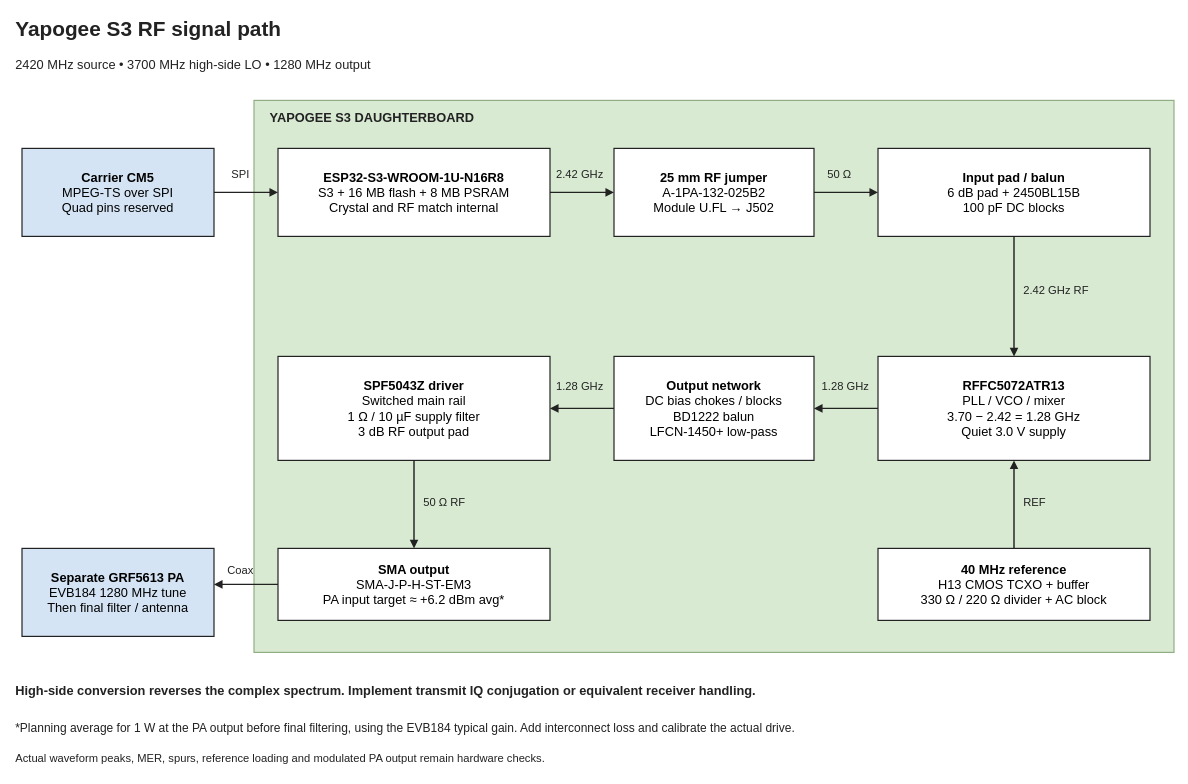
Before: hardware/yapogee-s3/block-diagram.drawio in stanford-ssi/PigeonVision, a draw.io diagram. Source tidied: cells renumbered, new cells numbered last; positions are measured from the earlier drawing's top-left corner, leaving out a move shared by most shapes. Both pictures are drawn from the tidied source at 80%, with x=0, y=0 at pixel (14, 14).
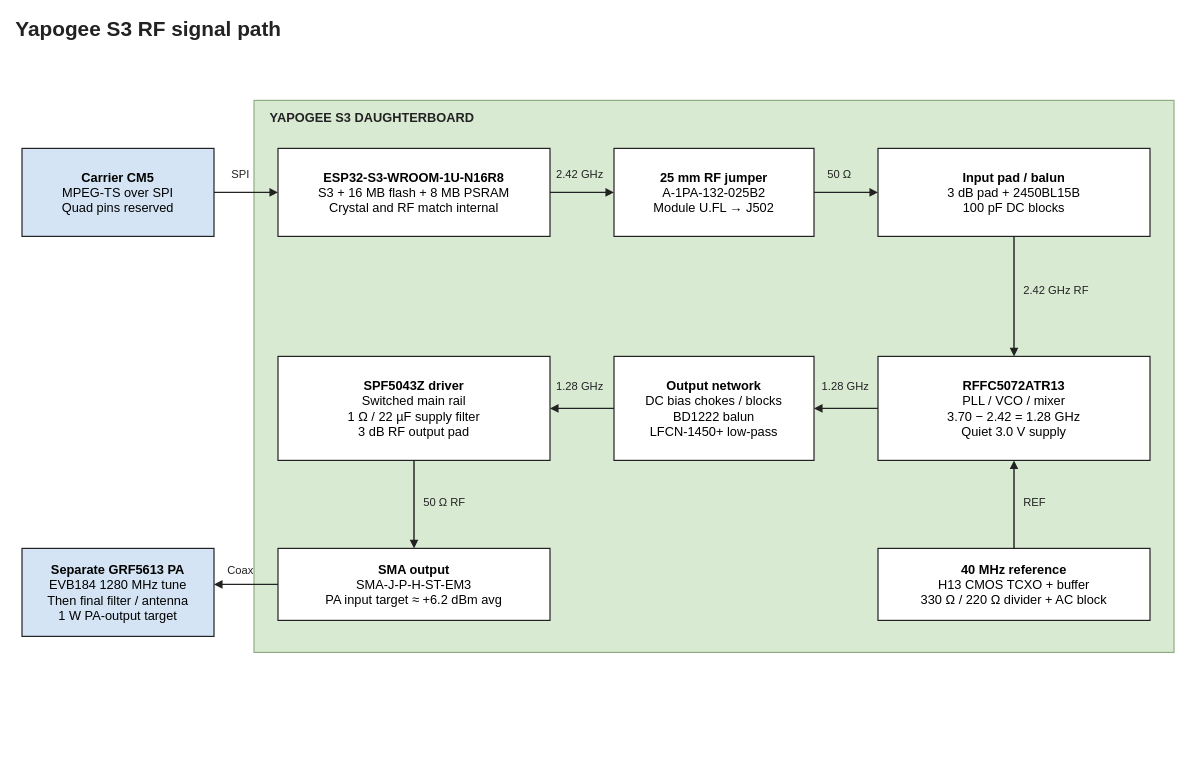
After the change.

The edit, as a diff of the source:
```diff
@@
-    <mxCell id="3" value="2420 MHz source • 3700 MHz high-side LO • 1280 MHz output" style="text;html=0;align=left;verticalAlign=middle;fillColor=none;strokeColor=none;fontFamily=Arial;fontSize=16;fontColor=#222222;fontStyle=0;whiteSpace=wrap;" parent="1" vertex="1">
-      <mxGeometry y="45" width="1450" height="35" as="geometry" />
-    </mxCell>
@@
-    <mxCell id="9" value="&lt;b&gt;Input pad / balun&lt;/b&gt;&lt;br&gt;6 dB pad + 2450BL15B&lt;br&gt;100 pF DC blocks" style="rounded=0;whiteSpace=wrap;html=1;fontFamily=Arial;fillColor=#ffffff;strokeColor=#222222;strokeWidth=1.5;align=center;verticalAlign=middle;fontSize=16;spacing=7;" parent="1" vertex="1">
+    <mxCell id="9" value="&lt;b&gt;Input pad / balun&lt;/b&gt;&lt;br&gt;3 dB pad + 2450BL15B&lt;br&gt;100 pF DC blocks" style="rounded=0;whiteSpace=wrap;html=1;fontFamily=Arial;fillColor=#ffffff;strokeColor=#222222;strokeWidth=1.5;align=center;verticalAlign=middle;fontSize=16;spacing=7;" parent="1" vertex="1">
       <mxGeometry x="1080" y="168" width="340" height="110" as="geometry" />
     </mxCell>
@@
-    <mxCell id="12" value="&lt;b&gt;SPF5043Z driver&lt;/b&gt;&lt;br&gt;Switched main rail&lt;br&gt;1 Ω / 10 µF supply filter&lt;br&gt;3 dB RF output pad" style="rounded=0;whiteSpace=wrap;html=1;fontFamily=Arial;fillColor=#ffffff;strokeColor=#222222;strokeWidth=1.5;align=center;verticalAlign=middle;fontSize=16;spacing=7;" parent="1" vertex="1">
+    <mxCell id="12" value="&lt;b&gt;SPF5043Z driver&lt;/b&gt;&lt;br&gt;Switched main rail&lt;br&gt;1 Ω / 22 µF supply filter&lt;br&gt;3 dB RF output pad" style="rounded=0;whiteSpace=wrap;html=1;fontFamily=Arial;fillColor=#ffffff;strokeColor=#222222;strokeWidth=1.5;align=center;verticalAlign=middle;fontSize=16;spacing=7;" parent="1" vertex="1">
       <mxGeometry x="330" y="428" width="340" height="130" as="geometry" />
     </mxCell>
-    <mxCell id="13" value="&lt;b&gt;SMA output&lt;/b&gt;&lt;br&gt;SMA-J-P-H-ST-EM3&lt;br&gt;PA input target ≈ +6.2 dBm avg*" style="rounded=0;whiteSpace=wrap;html=1;fontFamily=Arial;fillColor=#ffffff;strokeColor=#222222;strokeWidth=1.5;align=center;verticalAlign=middle;fontSize=16;spacing=7;" parent="1" vertex="1">
+    <mxCell id="13" value="&lt;b&gt;SMA output&lt;/b&gt;&lt;br&gt;SMA-J-P-H-ST-EM3&lt;br&gt;PA input target ≈ +6.2 dBm avg" style="rounded=0;whiteSpace=wrap;html=1;fontFamily=Arial;fillColor=#ffffff;strokeColor=#222222;strokeWidth=1.5;align=center;verticalAlign=middle;fontSize=16;spacing=7;" parent="1" vertex="1">
       <mxGeometry x="330" y="668" width="340" height="90" as="geometry" />
     </mxCell>
@@
-    <mxCell id="15" value="&lt;b&gt;Separate GRF5613 PA&lt;/b&gt;&lt;br&gt;EVB184 1280 MHz tune&lt;br&gt;Then final filter / antenna" style="rounded=0;whiteSpace=wrap;html=1;fontFamily=Arial;fillColor=#d4e4f4;strokeColor=#222222;strokeWidth=1.5;align=center;verticalAlign=middle;fontSize=16;spacing=7;" parent="1" vertex="1">
+    <mxCell id="15" value="&lt;b&gt;Separate GRF5613 PA&lt;/b&gt;&lt;br&gt;EVB184 1280 MHz tune&lt;br&gt;Then final filter / antenna&lt;br&gt;1 W PA-output target" style="rounded=0;whiteSpace=wrap;html=1;fontFamily=Arial;fillColor=#d4e4f4;strokeColor=#222222;strokeWidth=1.5;align=center;verticalAlign=middle;fontSize=16;spacing=7;" parent="1" vertex="1">
       <mxGeometry x="10" y="668" width="240" height="110" as="geometry" />
     </mxCell>
@@
-    <mxCell id="34" value="High-side conversion reverses the complex spectrum. Implement transmit IQ conjugation or equivalent receiver handling." style="text;html=0;align=left;verticalAlign=middle;fillColor=none;strokeColor=none;fontFamily=Arial;fontSize=16;fontColor=#222222;fontStyle=1;whiteSpace=wrap;" parent="1" vertex="1">
-      <mxGeometry y="828" width="1450" height="35" as="geometry" />
-    </mxCell>
-    <mxCell id="35" value="*Planning average for 1 W at the PA output before final filtering, using the EVB184 typical gain. Add interconnect loss and calibrate the actual drive." style="text;html=0;align=left;verticalAlign=middle;fillColor=none;strokeColor=none;fontFamily=Arial;fontSize=15;fontColor=#222222;fontStyle=0;whiteSpace=wrap;" parent="1" vertex="1">
-      <mxGeometry y="873" width="1450" height="38" as="geometry" />
-    </mxCell>
-    <mxCell id="36" value="Actual waveform peaks, MER, spurs, reference loading and modulated PA output remain hardware checks." style="text;html=0;align=left;verticalAlign=middle;fillColor=none;strokeColor=none;fontFamily=Arial;fontSize=14;fontColor=#222222;fontStyle=0;whiteSpace=wrap;" parent="1" vertex="1">
-      <mxGeometry y="916" width="1450" height="30" as="geometry" />
-    </mxCell>
```
